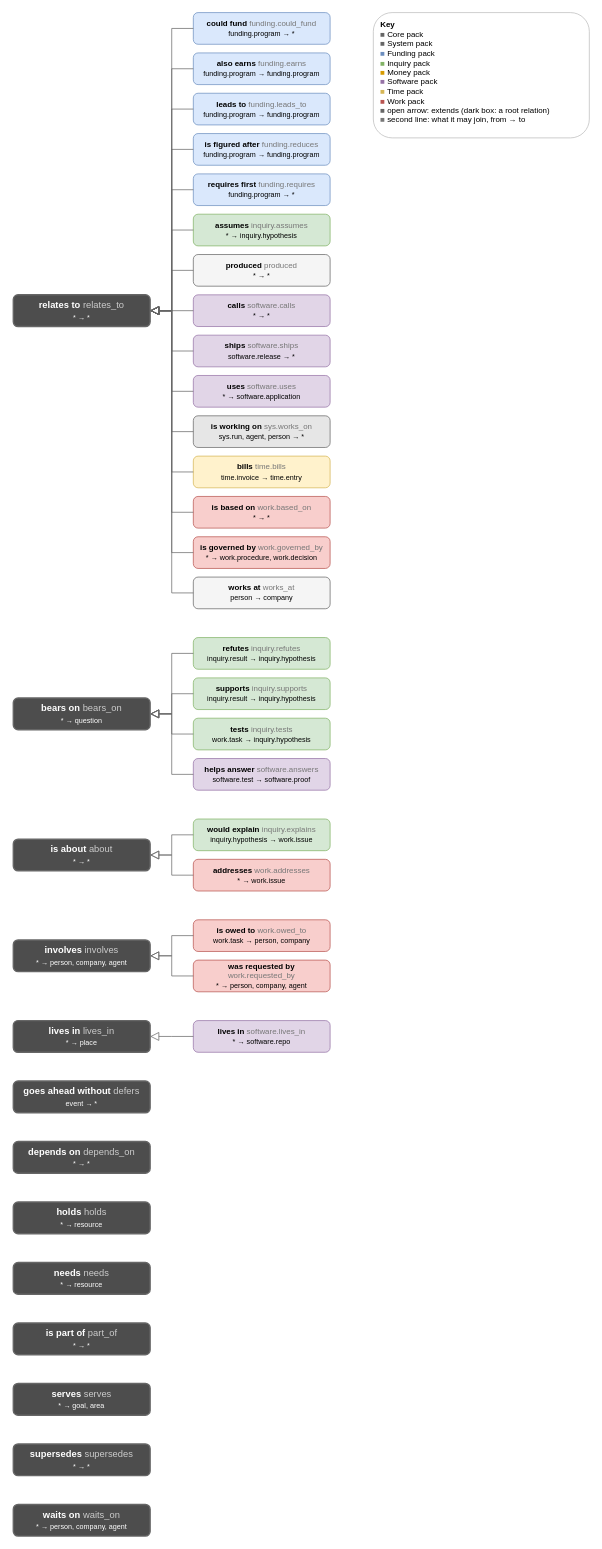
Earlier version of the draw.io diagram page "Types: relations" (2 of 3) of docs/diagrams/types.drawio (AlexReiner98/archipelago). Source tidied: cells renumbered, new cells numbered last; positions are measured from the earlier drawing's top-left corner, leaving out a move shared by most shapes. Both pictures are drawn from the tidied source at 72%, with x=0, y=0 at pixel (13, 12).
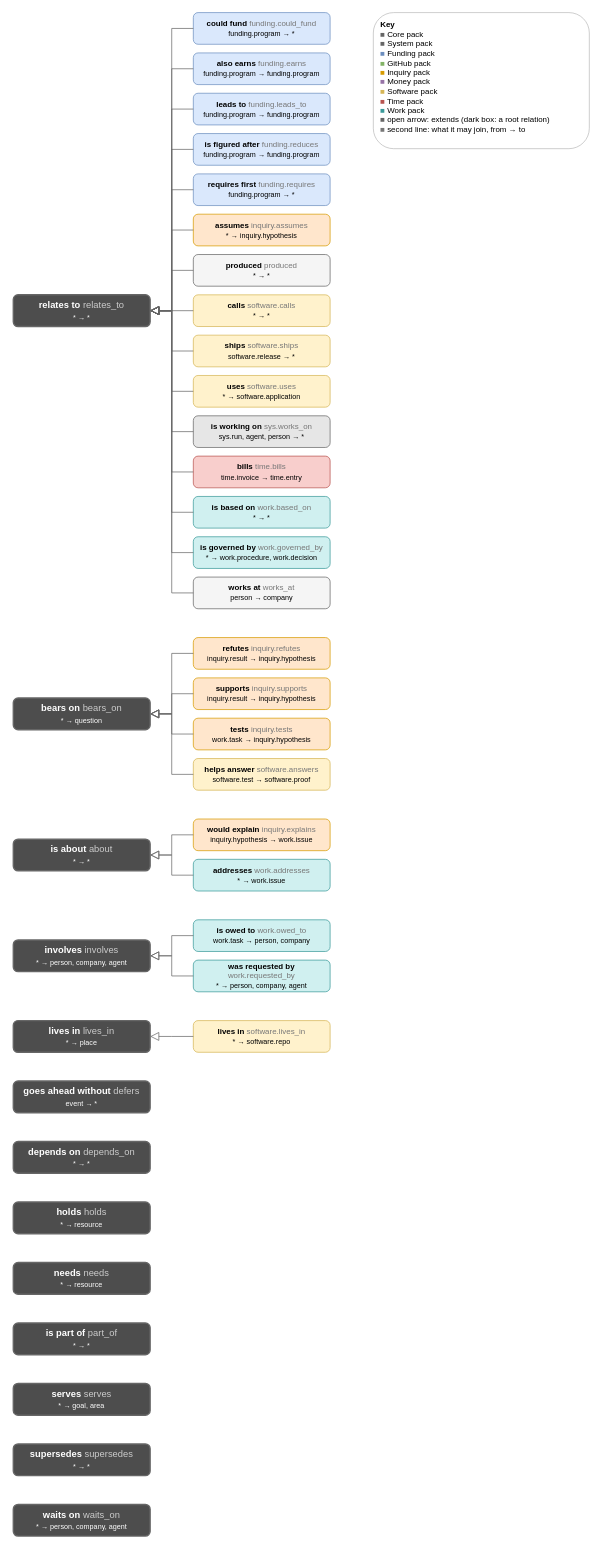
After the change.

Diff of the diagram source:
```diff
@@
-    <mxCell id="7" value="&lt;b&gt;assumes&lt;/b&gt; &lt;font color=&quot;#777777&quot;&gt;inquiry.assumes&lt;/font&gt;&lt;br&gt;&lt;font style=&quot;font-size:10px&quot;&gt;* → inquiry.hypothesis&lt;/font&gt;" style="rounded=1;html=1;whiteSpace=wrap;fontSize=11;fillColor=#d5e8d4;fontColor=#000000;strokeColor=#82b366;strokeWidth=1;" parent="1" vertex="1">
+    <mxCell id="7" value="&lt;b&gt;assumes&lt;/b&gt; &lt;font color=&quot;#777777&quot;&gt;inquiry.assumes&lt;/font&gt;&lt;br&gt;&lt;font style=&quot;font-size:10px&quot;&gt;* → inquiry.hypothesis&lt;/font&gt;" style="rounded=1;html=1;whiteSpace=wrap;fontSize=11;fillColor=#ffe6cc;fontColor=#000000;strokeColor=#d79b00;strokeWidth=1;" parent="1" vertex="1">
       <mxGeometry x="250" y="280" width="190" height="44" as="geometry" />
     </mxCell>
@@
-    <mxCell id="9" value="&lt;b&gt;calls&lt;/b&gt; &lt;font color=&quot;#777777&quot;&gt;software.calls&lt;/font&gt;&lt;br&gt;&lt;font style=&quot;font-size:10px&quot;&gt;* → *&lt;/font&gt;" style="rounded=1;html=1;whiteSpace=wrap;fontSize=11;fillColor=#e1d5e7;fontColor=#000000;strokeColor=#9673a6;strokeWidth=1;" parent="1" vertex="1">
+    <mxCell id="9" value="&lt;b&gt;calls&lt;/b&gt; &lt;font color=&quot;#777777&quot;&gt;software.calls&lt;/font&gt;&lt;br&gt;&lt;font style=&quot;font-size:10px&quot;&gt;* → *&lt;/font&gt;" style="rounded=1;html=1;whiteSpace=wrap;fontSize=11;fillColor=#fff2cc;fontColor=#000000;strokeColor=#d6b656;strokeWidth=1;" parent="1" vertex="1">
       <mxGeometry x="250" y="392" width="190" height="44" as="geometry" />
     </mxCell>
-    <mxCell id="10" value="&lt;b&gt;ships&lt;/b&gt; &lt;font color=&quot;#777777&quot;&gt;software.ships&lt;/font&gt;&lt;br&gt;&lt;font style=&quot;font-size:10px&quot;&gt;software.release → *&lt;/font&gt;" style="rounded=1;html=1;whiteSpace=wrap;fontSize=11;fillColor=#e1d5e7;fontColor=#000000;strokeColor=#9673a6;strokeWidth=1;" parent="1" vertex="1">
+    <mxCell id="10" value="&lt;b&gt;ships&lt;/b&gt; &lt;font color=&quot;#777777&quot;&gt;software.ships&lt;/font&gt;&lt;br&gt;&lt;font style=&quot;font-size:10px&quot;&gt;software.release → *&lt;/font&gt;" style="rounded=1;html=1;whiteSpace=wrap;fontSize=11;fillColor=#fff2cc;fontColor=#000000;strokeColor=#d6b656;strokeWidth=1;" parent="1" vertex="1">
       <mxGeometry x="250" y="448" width="190" height="44" as="geometry" />
     </mxCell>
-    <mxCell id="11" value="&lt;b&gt;uses&lt;/b&gt; &lt;font color=&quot;#777777&quot;&gt;software.uses&lt;/font&gt;&lt;br&gt;&lt;font style=&quot;font-size:10px&quot;&gt;* → software.application&lt;/font&gt;" style="rounded=1;html=1;whiteSpace=wrap;fontSize=11;fillColor=#e1d5e7;fontColor=#000000;strokeColor=#9673a6;strokeWidth=1;" parent="1" vertex="1">
+    <mxCell id="11" value="&lt;b&gt;uses&lt;/b&gt; &lt;font color=&quot;#777777&quot;&gt;software.uses&lt;/font&gt;&lt;br&gt;&lt;font style=&quot;font-size:10px&quot;&gt;* → software.application&lt;/font&gt;" style="rounded=1;html=1;whiteSpace=wrap;fontSize=11;fillColor=#fff2cc;fontColor=#000000;strokeColor=#d6b656;strokeWidth=1;" parent="1" vertex="1">
       <mxGeometry x="250" y="504" width="190" height="44" as="geometry" />
     </mxCell>
@@
-    <mxCell id="13" value="&lt;b&gt;bills&lt;/b&gt; &lt;font color=&quot;#777777&quot;&gt;time.bills&lt;/font&gt;&lt;br&gt;&lt;font style=&quot;font-size:10px&quot;&gt;time.invoice → time.entry&lt;/font&gt;" style="rounded=1;html=1;whiteSpace=wrap;fontSize=11;fillColor=#fff2cc;fontColor=#000000;strokeColor=#d6b656;strokeWidth=1;" parent="1" vertex="1">
+    <mxCell id="13" value="&lt;b&gt;bills&lt;/b&gt; &lt;font color=&quot;#777777&quot;&gt;time.bills&lt;/font&gt;&lt;br&gt;&lt;font style=&quot;font-size:10px&quot;&gt;time.invoice → time.entry&lt;/font&gt;" style="rounded=1;html=1;whiteSpace=wrap;fontSize=11;fillColor=#f8cecc;fontColor=#000000;strokeColor=#b85450;strokeWidth=1;" parent="1" vertex="1">
       <mxGeometry x="250" y="616" width="190" height="44" as="geometry" />
     </mxCell>
-    <mxCell id="14" value="&lt;b&gt;is based on&lt;/b&gt; &lt;font color=&quot;#777777&quot;&gt;work.based_on&lt;/font&gt;&lt;br&gt;&lt;font style=&quot;font-size:10px&quot;&gt;* → *&lt;/font&gt;" style="rounded=1;html=1;whiteSpace=wrap;fontSize=11;fillColor=#f8cecc;fontColor=#000000;strokeColor=#b85450;strokeWidth=1;" parent="1" vertex="1">
+    <mxCell id="14" value="&lt;b&gt;is based on&lt;/b&gt; &lt;font color=&quot;#777777&quot;&gt;work.based_on&lt;/font&gt;&lt;br&gt;&lt;font style=&quot;font-size:10px&quot;&gt;* → *&lt;/font&gt;" style="rounded=1;html=1;whiteSpace=wrap;fontSize=11;fillColor=#d0f0f0;fontColor=#000000;strokeColor=#3a9a9a;strokeWidth=1;" parent="1" vertex="1">
       <mxGeometry x="250" y="672" width="190" height="44" as="geometry" />
     </mxCell>
-    <mxCell id="15" value="&lt;b&gt;is governed by&lt;/b&gt; &lt;font color=&quot;#777777&quot;&gt;work.governed_by&lt;/font&gt;&lt;br&gt;&lt;font style=&quot;font-size:10px&quot;&gt;* → work.procedure, work.decision&lt;/font&gt;" style="rounded=1;html=1;whiteSpace=wrap;fontSize=11;fillColor=#f8cecc;fontColor=#000000;strokeColor=#b85450;strokeWidth=1;" parent="1" vertex="1">
+    <mxCell id="15" value="&lt;b&gt;is governed by&lt;/b&gt; &lt;font color=&quot;#777777&quot;&gt;work.governed_by&lt;/font&gt;&lt;br&gt;&lt;font style=&quot;font-size:10px&quot;&gt;* → work.procedure, work.decision&lt;/font&gt;" style="rounded=1;html=1;whiteSpace=wrap;fontSize=11;fillColor=#d0f0f0;fontColor=#000000;strokeColor=#3a9a9a;strokeWidth=1;" parent="1" vertex="1">
       <mxGeometry x="250" y="728" width="190" height="44" as="geometry" />
     </mxCell>
@@
-    <mxCell id="18" value="&lt;b&gt;refutes&lt;/b&gt; &lt;font color=&quot;#777777&quot;&gt;inquiry.refutes&lt;/font&gt;&lt;br&gt;&lt;font style=&quot;font-size:10px&quot;&gt;inquiry.result → inquiry.hypothesis&lt;/font&gt;" style="rounded=1;html=1;whiteSpace=wrap;fontSize=11;fillColor=#d5e8d4;fontColor=#000000;strokeColor=#82b366;strokeWidth=1;" parent="1" vertex="1">
+    <mxCell id="18" value="&lt;b&gt;refutes&lt;/b&gt; &lt;font color=&quot;#777777&quot;&gt;inquiry.refutes&lt;/font&gt;&lt;br&gt;&lt;font style=&quot;font-size:10px&quot;&gt;inquiry.result → inquiry.hypothesis&lt;/font&gt;" style="rounded=1;html=1;whiteSpace=wrap;fontSize=11;fillColor=#ffe6cc;fontColor=#000000;strokeColor=#d79b00;strokeWidth=1;" parent="1" vertex="1">
       <mxGeometry x="250" y="868" width="190" height="44" as="geometry" />
     </mxCell>
-    <mxCell id="19" value="&lt;b&gt;supports&lt;/b&gt; &lt;font color=&quot;#777777&quot;&gt;inquiry.supports&lt;/font&gt;&lt;br&gt;&lt;font style=&quot;font-size:10px&quot;&gt;inquiry.result → inquiry.hypothesis&lt;/font&gt;" style="rounded=1;html=1;whiteSpace=wrap;fontSize=11;fillColor=#d5e8d4;fontColor=#000000;strokeColor=#82b366;strokeWidth=1;" parent="1" vertex="1">
+    <mxCell id="19" value="&lt;b&gt;supports&lt;/b&gt; &lt;font color=&quot;#777777&quot;&gt;inquiry.supports&lt;/font&gt;&lt;br&gt;&lt;font style=&quot;font-size:10px&quot;&gt;inquiry.result → inquiry.hypothesis&lt;/font&gt;" style="rounded=1;html=1;whiteSpace=wrap;fontSize=11;fillColor=#ffe6cc;fontColor=#000000;strokeColor=#d79b00;strokeWidth=1;" parent="1" vertex="1">
       <mxGeometry x="250" y="924" width="190" height="44" as="geometry" />
     </mxCell>
-    <mxCell id="20" value="&lt;b&gt;tests&lt;/b&gt; &lt;font color=&quot;#777777&quot;&gt;inquiry.tests&lt;/font&gt;&lt;br&gt;&lt;font style=&quot;font-size:10px&quot;&gt;work.task → inquiry.hypothesis&lt;/font&gt;" style="rounded=1;html=1;whiteSpace=wrap;fontSize=11;fillColor=#d5e8d4;fontColor=#000000;strokeColor=#82b366;strokeWidth=1;" parent="1" vertex="1">
+    <mxCell id="20" value="&lt;b&gt;tests&lt;/b&gt; &lt;font color=&quot;#777777&quot;&gt;inquiry.tests&lt;/font&gt;&lt;br&gt;&lt;font style=&quot;font-size:10px&quot;&gt;work.task → inquiry.hypothesis&lt;/font&gt;" style="rounded=1;html=1;whiteSpace=wrap;fontSize=11;fillColor=#ffe6cc;fontColor=#000000;strokeColor=#d79b00;strokeWidth=1;" parent="1" vertex="1">
       <mxGeometry x="250" y="980" width="190" height="44" as="geometry" />
     </mxCell>
-    <mxCell id="21" value="&lt;b&gt;helps answer&lt;/b&gt; &lt;font color=&quot;#777777&quot;&gt;software.answers&lt;/font&gt;&lt;br&gt;&lt;font style=&quot;font-size:10px&quot;&gt;software.test → software.proof&lt;/font&gt;" style="rounded=1;html=1;whiteSpace=wrap;fontSize=11;fillColor=#e1d5e7;fontColor=#000000;strokeColor=#9673a6;strokeWidth=1;" parent="1" vertex="1">
+    <mxCell id="21" value="&lt;b&gt;helps answer&lt;/b&gt; &lt;font color=&quot;#777777&quot;&gt;software.answers&lt;/font&gt;&lt;br&gt;&lt;font style=&quot;font-size:10px&quot;&gt;software.test → software.proof&lt;/font&gt;" style="rounded=1;html=1;whiteSpace=wrap;fontSize=11;fillColor=#fff2cc;fontColor=#000000;strokeColor=#d6b656;strokeWidth=1;" parent="1" vertex="1">
       <mxGeometry x="250" y="1036" width="190" height="44" as="geometry" />
     </mxCell>
@@
-    <mxCell id="23" value="&lt;b&gt;would explain&lt;/b&gt; &lt;font color=&quot;#777777&quot;&gt;inquiry.explains&lt;/font&gt;&lt;br&gt;&lt;font style=&quot;font-size:10px&quot;&gt;inquiry.hypothesis → work.issue&lt;/font&gt;" style="rounded=1;html=1;whiteSpace=wrap;fontSize=11;fillColor=#d5e8d4;fontColor=#000000;strokeColor=#82b366;strokeWidth=1;" parent="1" vertex="1">
+    <mxCell id="23" value="&lt;b&gt;would explain&lt;/b&gt; &lt;font color=&quot;#777777&quot;&gt;inquiry.explains&lt;/font&gt;&lt;br&gt;&lt;font style=&quot;font-size:10px&quot;&gt;inquiry.hypothesis → work.issue&lt;/font&gt;" style="rounded=1;html=1;whiteSpace=wrap;fontSize=11;fillColor=#ffe6cc;fontColor=#000000;strokeColor=#d79b00;strokeWidth=1;" parent="1" vertex="1">
       <mxGeometry x="250" y="1120" width="190" height="44" as="geometry" />
     </mxCell>
-    <mxCell id="24" value="&lt;b&gt;addresses&lt;/b&gt; &lt;font color=&quot;#777777&quot;&gt;work.addresses&lt;/font&gt;&lt;br&gt;&lt;font style=&quot;font-size:10px&quot;&gt;* → work.issue&lt;/font&gt;" style="rounded=1;html=1;whiteSpace=wrap;fontSize=11;fillColor=#f8cecc;fontColor=#000000;strokeColor=#b85450;strokeWidth=1;" parent="1" vertex="1">
+    <mxCell id="24" value="&lt;b&gt;addresses&lt;/b&gt; &lt;font color=&quot;#777777&quot;&gt;work.addresses&lt;/font&gt;&lt;br&gt;&lt;font style=&quot;font-size:10px&quot;&gt;* → work.issue&lt;/font&gt;" style="rounded=1;html=1;whiteSpace=wrap;fontSize=11;fillColor=#d0f0f0;fontColor=#000000;strokeColor=#3a9a9a;strokeWidth=1;" parent="1" vertex="1">
       <mxGeometry x="250" y="1176" width="190" height="44" as="geometry" />
     </mxCell>
@@
-    <mxCell id="26" value="&lt;b&gt;is owed to&lt;/b&gt; &lt;font color=&quot;#777777&quot;&gt;work.owed_to&lt;/font&gt;&lt;br&gt;&lt;font style=&quot;font-size:10px&quot;&gt;work.task → person, company&lt;/font&gt;" style="rounded=1;html=1;whiteSpace=wrap;fontSize=11;fillColor=#f8cecc;fontColor=#000000;strokeColor=#b85450;strokeWidth=1;" parent="1" vertex="1">
+    <mxCell id="26" value="&lt;b&gt;is owed to&lt;/b&gt; &lt;font color=&quot;#777777&quot;&gt;work.owed_to&lt;/font&gt;&lt;br&gt;&lt;font style=&quot;font-size:10px&quot;&gt;work.task → person, company&lt;/font&gt;" style="rounded=1;html=1;whiteSpace=wrap;fontSize=11;fillColor=#d0f0f0;fontColor=#000000;strokeColor=#3a9a9a;strokeWidth=1;" parent="1" vertex="1">
       <mxGeometry x="250" y="1260" width="190" height="44" as="geometry" />
     </mxCell>
-    <mxCell id="27" value="&lt;b&gt;was requested by&lt;/b&gt; &lt;font color=&quot;#777777&quot;&gt;work.requested_by&lt;/font&gt;&lt;br&gt;&lt;font style=&quot;font-size:10px&quot;&gt;* → person, company, agent&lt;/font&gt;" style="rounded=1;html=1;whiteSpace=wrap;fontSize=11;fillColor=#f8cecc;fontColor=#000000;strokeColor=#b85450;strokeWidth=1;" parent="1" vertex="1">
+    <mxCell id="27" value="&lt;b&gt;was requested by&lt;/b&gt; &lt;font color=&quot;#777777&quot;&gt;work.requested_by&lt;/font&gt;&lt;br&gt;&lt;font style=&quot;font-size:10px&quot;&gt;* → person, company, agent&lt;/font&gt;" style="rounded=1;html=1;whiteSpace=wrap;fontSize=11;fillColor=#d0f0f0;fontColor=#000000;strokeColor=#3a9a9a;strokeWidth=1;" parent="1" vertex="1">
       <mxGeometry x="250" y="1316" width="190" height="44" as="geometry" />
     </mxCell>
@@
-    <mxCell id="29" value="&lt;b&gt;lives in&lt;/b&gt; &lt;font color=&quot;#777777&quot;&gt;software.lives_in&lt;/font&gt;&lt;br&gt;&lt;font style=&quot;font-size:10px&quot;&gt;* → software.repo&lt;/font&gt;" style="rounded=1;html=1;whiteSpace=wrap;fontSize=11;fillColor=#e1d5e7;fontColor=#000000;strokeColor=#9673a6;strokeWidth=1;" parent="1" vertex="1">
+    <mxCell id="29" value="&lt;b&gt;lives in&lt;/b&gt; &lt;font color=&quot;#777777&quot;&gt;software.lives_in&lt;/font&gt;&lt;br&gt;&lt;font style=&quot;font-size:10px&quot;&gt;* → software.repo&lt;/font&gt;" style="rounded=1;html=1;whiteSpace=wrap;fontSize=11;fillColor=#fff2cc;fontColor=#000000;strokeColor=#d6b656;strokeWidth=1;" parent="1" vertex="1">
       <mxGeometry x="250" y="1400" width="190" height="44" as="geometry" />
     </mxCell>
@@
-    <mxCell id="39" value="&lt;b&gt;Key&lt;/b&gt;&lt;br&gt;&lt;font color=&quot;#666666&quot;&gt;■&lt;/font&gt; Core pack&lt;br&gt;&lt;font color=&quot;#666666&quot;&gt;■&lt;/font&gt; System pack&lt;br&gt;&lt;font color=&quot;#6c8ebf&quot;&gt;■&lt;/font&gt; Funding pack&lt;br&gt;&lt;font color=&quot;#82b366&quot;&gt;■&lt;/font&gt; Inquiry pack&lt;br&gt;&lt;font color=&quot;#d79b00&quot;&gt;■&lt;/font&gt; Money pack&lt;br&gt;&lt;font color=&quot;#9673a6&quot;&gt;■&lt;/font&gt; Software pack&lt;br&gt;&lt;font color=&quot;#d6b656&quot;&gt;■&lt;/font&gt; Time pack&lt;br&gt;&lt;font color=&quot;#b85450&quot;&gt;■&lt;/font&gt; Work pack&lt;br&gt;&lt;font color=&quot;#666666&quot;&gt;■&lt;/font&gt; open arrow: extends (dark box: a root relation)&lt;br&gt;&lt;font color=&quot;#777777&quot;&gt;■&lt;/font&gt; second line: what it may join, from → to" style="rounded=1;html=1;whiteSpace=wrap;align=left;verticalAlign=top;spacingLeft=8;spacingTop=4;fillColor=#ffffff;strokeColor=#bbbbbb;fontSize=11;" parent="1" vertex="1">
-      <mxGeometry x="500" width="300" height="174" as="geometry" />
+    <mxCell id="39" value="&lt;b&gt;Key&lt;/b&gt;&lt;br&gt;&lt;font color=&quot;#666666&quot;&gt;■&lt;/font&gt; Core pack&lt;br&gt;&lt;font color=&quot;#666666&quot;&gt;■&lt;/font&gt; System pack&lt;br&gt;&lt;font color=&quot;#6c8ebf&quot;&gt;■&lt;/font&gt; Funding pack&lt;br&gt;&lt;font color=&quot;#82b366&quot;&gt;■&lt;/font&gt; GitHub pack&lt;br&gt;&lt;font color=&quot;#d79b00&quot;&gt;■&lt;/font&gt; Inquiry pack&lt;br&gt;&lt;font color=&quot;#9673a6&quot;&gt;■&lt;/font&gt; Money pack&lt;br&gt;&lt;font color=&quot;#d6b656&quot;&gt;■&lt;/font&gt; Software pack&lt;br&gt;&lt;font color=&quot;#b85450&quot;&gt;■&lt;/font&gt; Time pack&lt;br&gt;&lt;font color=&quot;#3a9a9a&quot;&gt;■&lt;/font&gt; Work pack&lt;br&gt;&lt;font color=&quot;#666666&quot;&gt;■&lt;/font&gt; open arrow: extends (dark box: a root relation)&lt;br&gt;&lt;font color=&quot;#777777&quot;&gt;■&lt;/font&gt; second line: what it may join, from → to" style="rounded=1;html=1;whiteSpace=wrap;align=left;verticalAlign=top;spacingLeft=8;spacingTop=4;fillColor=#ffffff;strokeColor=#bbbbbb;fontSize=11;" parent="1" vertex="1">
+      <mxGeometry x="500" width="300" height="189" as="geometry" />
     </mxCell>
```
